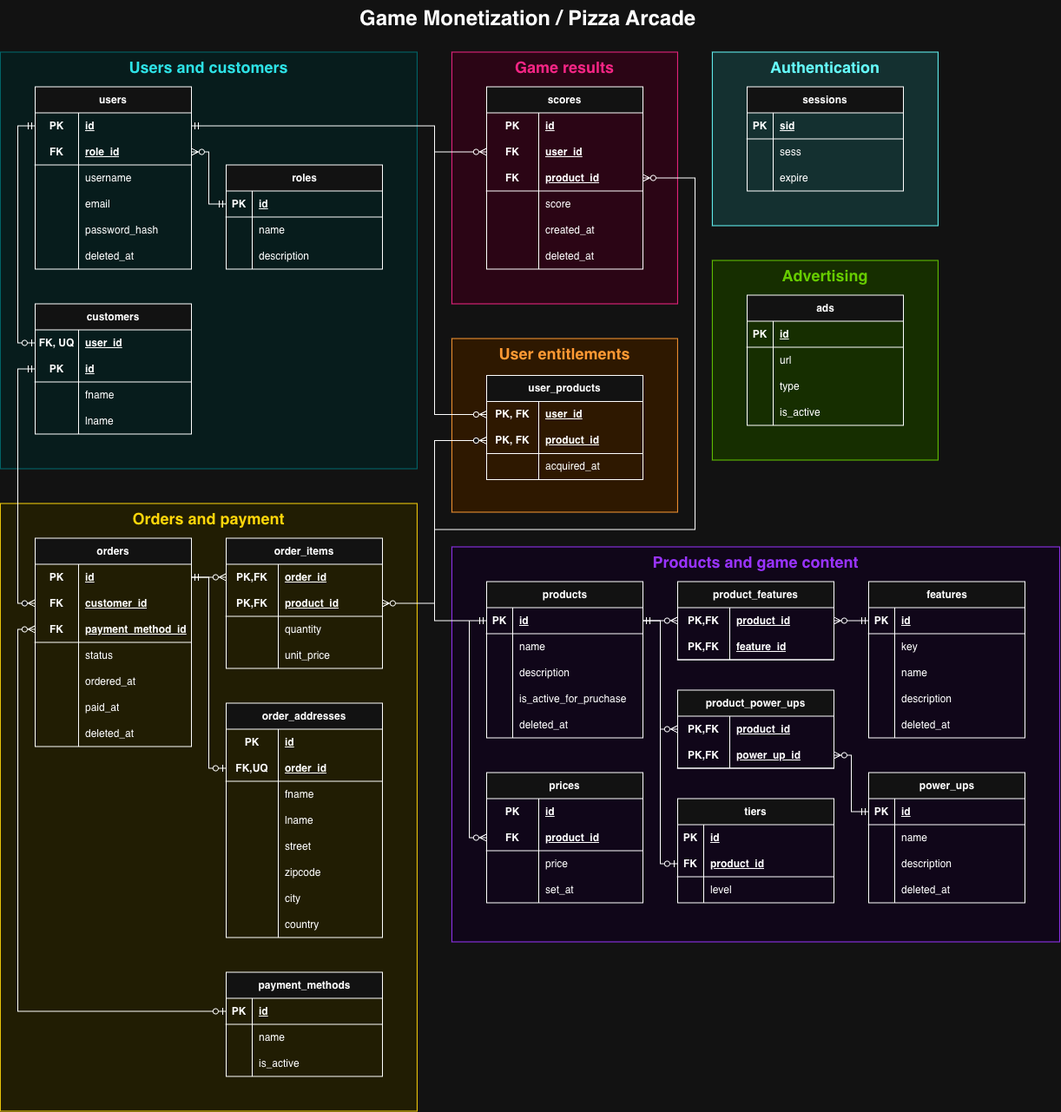
Earlier version of the draw.io export docs/er-diagram.png (niloscar/game-monetization). Source tidied: cells renumbered, new cells last; positions are measured from the earlier drawing's top-left corner, leaving out a move shared by most shapes.
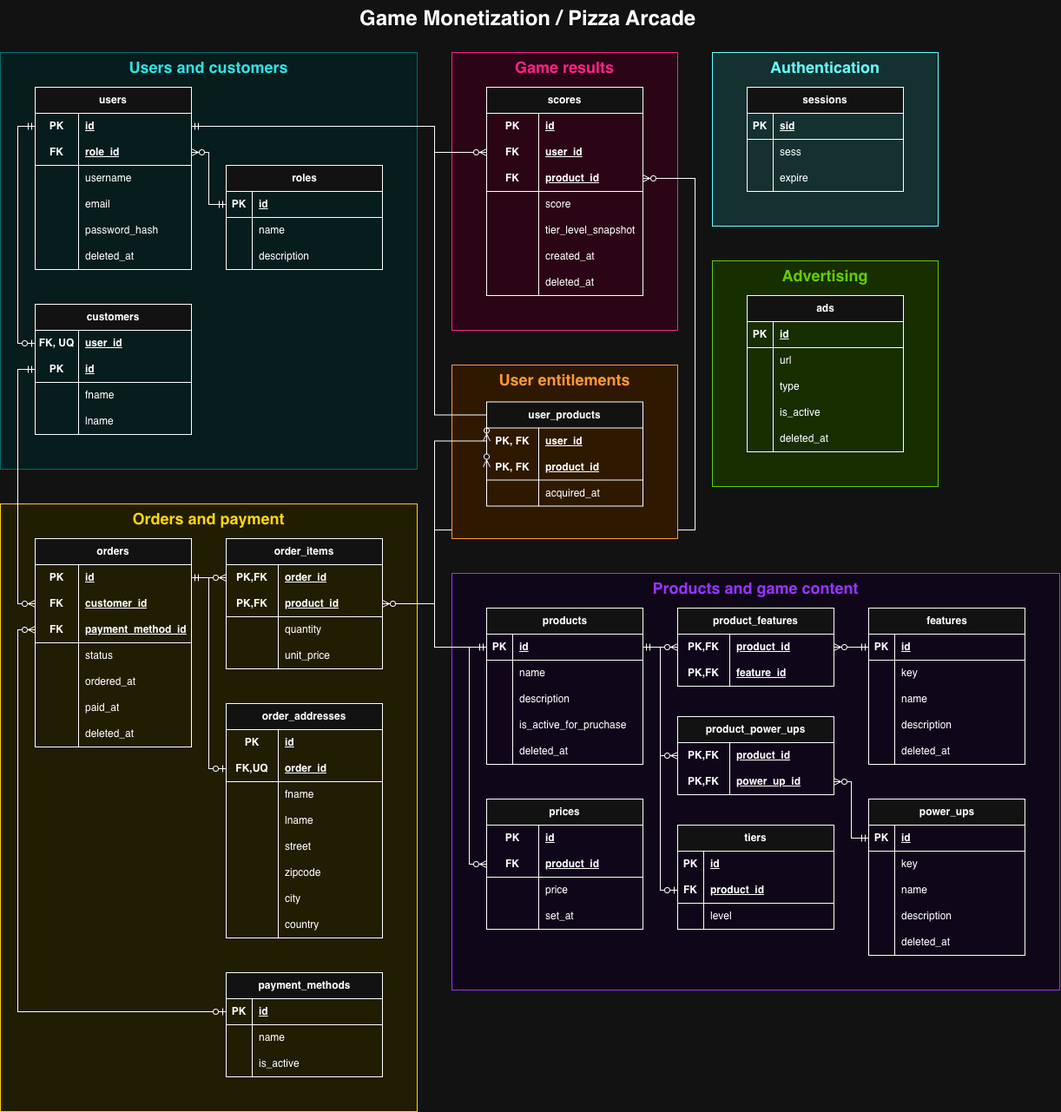
Above is the later version.

The edit, as a diff of the source:
```diff
@@ -3,7 +3,7 @@
     <mxCell id="0" />
     <mxCell id="1" parent="0" />
     <mxCell id="2" style="rounded=0;whiteSpace=wrap;html=1;fillColor=light-dark(#162E00,#162E00);strokeColor=light-dark(#66CC00,#66CC00);" parent="1" vertex="1">
-      <mxGeometry x="820" y="300" width="260" height="230" as="geometry" />
+      <mxGeometry x="820" y="300" width="260" height="260" as="geometry" />
     </mxCell>
     <mxCell id="3" value="&lt;h1 style=&quot;margin-top: 0px;&quot;&gt;Advertising&lt;/h1&gt;" style="text;html=1;whiteSpace=wrap;overflow=hidden;rounded=0;fontSize=9;align=center;fontColor=light-dark(#66CC00,#66CC00);labelBackgroundColor=none;" parent="1" vertex="1">
       <mxGeometry x="820" y="300" width="260" height="30" as="geometry" />
@@ -12,7 +12,7 @@
       <mxGeometry x="820" y="60" width="260" height="200" as="geometry" />
     </mxCell>
     <mxCell id="5" style="rounded=0;whiteSpace=wrap;html=1;strokeColor=light-dark(#9933FF,#9933FF);fillColor=light-dark(#100619,#100619);" parent="1" vertex="1">
-      <mxGeometry x="520" y="630" width="700" height="455" as="geometry" />
+      <mxGeometry x="520" y="660" width="700" height="480" as="geometry" />
     </mxCell>
     <mxCell id="6" style="rounded=0;whiteSpace=wrap;html=1;strokeColor=light-dark(#FFD60A,#FFD60A);fillColor=light-dark(#211D03,#211D03);" parent="1" vertex="1">
       <mxGeometry y="580" width="480" height="700" as="geometry" />
@@ -51,7 +51,7 @@
       <mxGeometry x="30" width="150" height="30" as="geometry" />
     </mxCell>
     <mxCell id="18" value="products" style="shape=table;startSize=30;rowLines=0;fontStyle=1;align=center;html=1;fontColor=light-dark(#FFFFFF,#FFFFFF);labelBackgroundColor=default;strokeColor=light-dark(#FFFFFF,#FFFFFF);" parent="1" vertex="1">
-      <mxGeometry x="560" y="670" width="180" height="180" as="geometry" />
+      <mxGeometry x="560" y="700" width="180" height="180" as="geometry" />
     </mxCell>
     <mxCell id="19" style="shape=tableRow;horizontal=0;startSize=0;swimlaneHead=0;swimlaneBody=0;fillColor=none;points=[[0,0.5],[1,0.5]];portConstraint=eastwest;top=0;left=0;right=0;bottom=1;" parent="18" vertex="1">
       <mxGeometry y="30" width="180" height="30" as="geometry" />
@@ -99,7 +99,7 @@
       <mxGeometry x="30" width="150" height="30" as="geometry" />
     </mxCell>
     <mxCell id="34" value="power_ups" style="shape=table;startSize=30;rowLines=0;fontStyle=1;align=center;html=1;fontColor=light-dark(#FFFFFF,#FFFFFF);labelBackgroundColor=none;strokeColor=light-dark(#FFFFFF,#FFFFFF);" parent="1" vertex="1">
-      <mxGeometry x="1000" y="890" width="180" height="150" as="geometry" />
+      <mxGeometry x="1000" y="920" width="180" height="180" as="geometry" />
     </mxCell>
     <mxCell id="35" style="shape=tableRow;horizontal=0;startSize=0;swimlaneHead=0;swimlaneBody=0;fillColor=none;points=[[0,0.5],[1,0.5]];portConstraint=eastwest;top=0;left=0;right=0;bottom=1;" parent="34" vertex="1">
       <mxGeometry y="30" width="180" height="30" as="geometry" />
@@ -110,8 +110,17 @@
     <mxCell id="37" value="id" style="shape=partialRectangle;fillColor=none;top=0;left=0;bottom=0;right=0;align=left;spacingLeft=6;fontStyle=5;overflow=hidden;whiteSpace=wrap;html=1;" parent="35" vertex="1">
       <mxGeometry x="30" width="150" height="30" as="geometry" />
     </mxCell>
+    <mxCell id="280" style="shape=tableRow;horizontal=0;startSize=0;swimlaneHead=0;swimlaneBody=0;fillColor=none;top=0;left=0;right=0;bottom=0;" parent="34" vertex="1">
+      <mxGeometry y="60" width="180" height="30" as="geometry" />
+    </mxCell>
+    <mxCell id="281" style="shape=partialRectangle;fillColor=none;top=0;left=0;bottom=0;right=0;overflow=hidden;whiteSpace=wrap;html=1;" parent="280" vertex="1">
+      <mxGeometry width="30" height="30" as="geometry" />
+    </mxCell>
+    <mxCell id="282" value="key" style="shape=partialRectangle;fillColor=none;top=0;left=0;bottom=0;right=0;align=left;spacingLeft=6;overflow=hidden;whiteSpace=wrap;html=1;" parent="280" vertex="1">
+      <mxGeometry x="30" width="150" height="30" as="geometry" />
+    </mxCell>
     <mxCell id="38" style="shape=tableRow;horizontal=0;startSize=0;swimlaneHead=0;swimlaneBody=0;fillColor=none;top=0;left=0;right=0;bottom=0;" parent="34" vertex="1">
-      <mxGeometry y="60" width="180" height="30" as="geometry" />
+      <mxGeometry y="90" width="180" height="30" as="geometry" />
     </mxCell>
     <mxCell id="39" style="shape=partialRectangle;fillColor=none;top=0;left=0;bottom=0;right=0;overflow=hidden;whiteSpace=wrap;html=1;" parent="38" vertex="1">
       <mxGeometry width="30" height="30" as="geometry" />
@@ -120,7 +129,7 @@
       <mxGeometry x="30" width="150" height="30" as="geometry" />
     </mxCell>
     <mxCell id="41" style="shape=tableRow;horizontal=0;startSize=0;swimlaneHead=0;swimlaneBody=0;fillColor=none;top=0;left=0;right=0;bottom=0;" parent="34" vertex="1">
-      <mxGeometry y="90" width="180" height="30" as="geometry" />
+      <mxGeometry y="120" width="180" height="30" as="geometry" />
     </mxCell>
     <mxCell id="42" style="shape=partialRectangle;fillColor=none;top=0;left=0;bottom=0;right=0;overflow=hidden;whiteSpace=wrap;html=1;" parent="41" vertex="1">
       <mxGeometry width="30" height="30" as="geometry" />
@@ -129,7 +138,7 @@
       <mxGeometry x="30" width="150" height="30" as="geometry" />
     </mxCell>
     <mxCell id="44" style="shape=tableRow;horizontal=0;startSize=0;swimlaneHead=0;swimlaneBody=0;fillColor=none;top=0;left=0;right=0;bottom=0;" parent="34" vertex="1">
-      <mxGeometry y="120" width="180" height="30" as="geometry" />
+      <mxGeometry y="150" width="180" height="30" as="geometry" />
     </mxCell>
     <mxCell id="45" style="shape=partialRectangle;fillColor=none;top=0;left=0;bottom=0;right=0;overflow=hidden;whiteSpace=wrap;html=1;" parent="44" vertex="1">
       <mxGeometry width="30" height="30" as="geometry" />
@@ -138,7 +147,7 @@
       <mxGeometry x="30" width="150" height="30" as="geometry" />
     </mxCell>
     <mxCell id="47" value="ads" style="shape=table;startSize=30;rowLines=0;fontStyle=1;align=center;html=1;fontColor=light-dark(#FFFFFF,#FFFFFF);labelBackgroundColor=default;strokeColor=light-dark(#FFFFFF,#FFFFFF);" parent="1" vertex="1">
-      <mxGeometry x="860" y="340" width="180" height="150" as="geometry" />
+      <mxGeometry x="860" y="340" width="180" height="180" as="geometry" />
     </mxCell>
     <mxCell id="48" style="shape=tableRow;horizontal=0;startSize=0;swimlaneHead=0;swimlaneBody=0;fillColor=none;top=0;left=0;right=0;bottom=1;" parent="47" vertex="1">
       <mxGeometry y="30" width="180" height="30" as="geometry" />
@@ -176,6 +185,15 @@
     <mxCell id="59" value="is_active" style="shape=partialRectangle;fillColor=none;top=0;left=0;bottom=0;right=0;align=left;spacingLeft=6;overflow=hidden;whiteSpace=wrap;html=1;" parent="57" vertex="1">
       <mxGeometry x="30" width="150" height="30" as="geometry" />
     </mxCell>
+    <mxCell id="283" style="shape=tableRow;horizontal=0;startSize=0;swimlaneHead=0;swimlaneBody=0;fillColor=none;top=0;left=0;right=0;bottom=0;" parent="47" vertex="1">
+      <mxGeometry y="150" width="180" height="30" as="geometry" />
+    </mxCell>
+    <mxCell id="284" style="shape=partialRectangle;fillColor=none;top=0;left=0;bottom=0;right=0;overflow=hidden;whiteSpace=wrap;html=1;" parent="283" vertex="1">
+      <mxGeometry width="30" height="30" as="geometry" />
+    </mxCell>
+    <mxCell id="285" value="deleted_at" style="shape=partialRectangle;fillColor=none;top=0;left=0;bottom=0;right=0;align=left;spacingLeft=6;overflow=hidden;whiteSpace=wrap;html=1;" parent="283" vertex="1">
+      <mxGeometry x="30" width="150" height="30" as="geometry" />
+    </mxCell>
     <mxCell id="60" value="payment_methods" style="shape=table;startSize=30;rowLines=0;fontStyle=1;align=center;html=1;fontColor=light-dark(#FFFFFF,#FFFFFF);labelBackgroundColor=default;strokeColor=light-dark(#FFFFFF,#FFFFFF);" parent="1" vertex="1">
       <mxGeometry x="260" y="1120" width="180" height="120" as="geometry" />
     </mxCell>
@@ -207,7 +225,7 @@
       <mxGeometry x="30" width="150" height="30" as="geometry" />
     </mxCell>
     <mxCell id="70" value="features" style="shape=table;startSize=30;rowLines=0;fontStyle=1;align=center;html=1;fontColor=light-dark(#FFFFFF,#FFFFFF);labelBackgroundColor=none;fillColor=default;strokeColor=light-dark(#FFFFFF,#FFFFFF);" parent="1" vertex="1">
-      <mxGeometry x="1000" y="670" width="180" height="180" as="geometry" />
+      <mxGeometry x="1000" y="700" width="180" height="180" as="geometry" />
     </mxCell>
     <mxCell id="71" style="shape=tableRow;horizontal=0;startSize=0;swimlaneHead=0;swimlaneBody=0;fillColor=none;points=[[0,0.5],[1,0.5]];portConstraint=eastwest;top=0;left=0;right=0;bottom=1;" parent="70" vertex="1">
       <mxGeometry y="30" width="180" height="30" as="geometry" />
@@ -255,7 +273,7 @@
       <mxGeometry x="30" width="150" height="30" as="geometry" />
     </mxCell>
     <mxCell id="86" value="product_features" style="shape=table;startSize=30;rowLines=0;fontStyle=1;align=center;html=1;whiteSpace=wrap;fontColor=light-dark(#FFFFFF,#FFFFFF);labelBackgroundColor=default;strokeColor=light-dark(#FFFFFF,#FFFFFF);" parent="1" vertex="1">
-      <mxGeometry x="780" y="670" width="180" height="90" as="geometry" />
+      <mxGeometry x="780" y="700" width="180" height="90" as="geometry" />
     </mxCell>
     <mxCell id="87" style="shape=tableRow;horizontal=0;startSize=0;swimlaneHead=0;swimlaneBody=0;fillColor=none;points=[[0,0.5],[1,0.5]];portConstraint=eastwest;top=0;left=0;right=0;bottom=0;html=1;" parent="86" vertex="1">
       <mxGeometry y="30" width="180" height="30" as="geometry" />
@@ -315,7 +333,7 @@
       <mxGeometry x="60" width="120" height="30" as="geometry" />
     </mxCell>
     <mxCell id="106" value="product_power_ups" style="shape=table;startSize=30;rowLines=0;fontStyle=1;align=center;html=1;whiteSpace=wrap;fontColor=light-dark(#FFFFFF,#FFFFFF);labelBackgroundColor=default;strokeColor=light-dark(#FFFFFF,#FFFFFF);" parent="1" vertex="1">
-      <mxGeometry x="780" y="795" width="180" height="90" as="geometry" />
+      <mxGeometry x="780" y="825" width="180" height="90" as="geometry" />
     </mxCell>
     <mxCell id="107" style="shape=tableRow;horizontal=0;startSize=0;swimlaneHead=0;swimlaneBody=0;fillColor=none;points=[[0,0.5],[1,0.5]];portConstraint=eastwest;top=0;left=0;right=0;bottom=0;html=1;" parent="106" vertex="1">
       <mxGeometry y="30" width="180" height="30" as="geometry" />
@@ -432,10 +450,10 @@
       <mxGeometry x="50" width="130" height="30" as="geometry" />
     </mxCell>
     <mxCell id="145" style="rounded=0;whiteSpace=wrap;html=1;fillColor=light-dark(#2B0515,#2B0515);strokeColor=light-dark(#F72585,#F72585);" parent="1" vertex="1">
-      <mxGeometry x="520" y="60" width="260" height="290" as="geometry" />
+      <mxGeometry x="520" y="60" width="260" height="320" as="geometry" />
     </mxCell>
     <mxCell id="146" value="scores" style="shape=table;startSize=30;rowLines=0;fontStyle=1;align=center;html=1;whiteSpace=wrap;fontColor=light-dark(#FFFFFF,#FFFFFF);labelBackgroundColor=default;strokeColor=light-dark(#FFFFFF,#FFFFFF);" parent="1" vertex="1">
-      <mxGeometry x="560" y="100" width="180" height="210" as="geometry" />
+      <mxGeometry x="560" y="100" width="180" height="240" as="geometry" />
     </mxCell>
     <mxCell id="147" style="shape=tableRow;horizontal=0;startSize=0;swimlaneHead=0;swimlaneBody=0;fillColor=none;top=0;left=0;right=0;bottom=0;html=1;" parent="146" vertex="1">
       <mxGeometry y="30" width="180" height="30" as="geometry" />
@@ -473,8 +491,17 @@
     <mxCell id="158" value="score" style="shape=partialRectangle;fillColor=none;top=0;left=0;bottom=0;right=0;align=left;spacingLeft=6;overflow=hidden;html=1;whiteSpace=wrap;" parent="156" vertex="1">
       <mxGeometry x="60" width="120" height="30" as="geometry" />
     </mxCell>
+    <mxCell id="286" style="shape=tableRow;horizontal=0;startSize=0;swimlaneHead=0;swimlaneBody=0;fillColor=none;top=0;left=0;right=0;bottom=0;html=1;" parent="146" vertex="1">
+      <mxGeometry y="150" width="180" height="30" as="geometry" />
+    </mxCell>
+    <mxCell id="287" style="shape=partialRectangle;fillColor=none;top=0;left=0;bottom=0;right=0;overflow=hidden;html=1;whiteSpace=wrap;" parent="286" vertex="1">
+      <mxGeometry width="60" height="30" as="geometry" />
+    </mxCell>
+    <mxCell id="288" value="tier_level_snapshot" style="shape=partialRectangle;fillColor=none;top=0;left=0;bottom=0;right=0;align=left;spacingLeft=6;overflow=hidden;html=1;whiteSpace=wrap;" parent="286" vertex="1">
+      <mxGeometry x="60" width="120" height="30" as="geometry" />
+    </mxCell>
     <mxCell id="159" style="shape=tableRow;horizontal=0;startSize=0;swimlaneHead=0;swimlaneBody=0;fillColor=none;top=0;left=0;right=0;bottom=0;html=1;" parent="146" vertex="1">
-      <mxGeometry y="150" width="180" height="30" as="geometry" />
+      <mxGeometry y="180" width="180" height="30" as="geometry" />
     </mxCell>
     <mxCell id="160" style="shape=partialRectangle;fillColor=none;top=0;left=0;bottom=0;right=0;overflow=hidden;html=1;whiteSpace=wrap;" parent="159" vertex="1">
       <mxGeometry width="60" height="30" as="geometry" />
@@ -483,7 +510,7 @@
       <mxGeometry x="60" width="120" height="30" as="geometry" />
     </mxCell>
     <mxCell id="162" style="shape=tableRow;horizontal=0;startSize=0;swimlaneHead=0;swimlaneBody=0;fillColor=none;top=0;left=0;right=0;bottom=0;html=1;" parent="146" vertex="1">
-      <mxGeometry y="180" width="180" height="30" as="geometry" />
+      <mxGeometry y="210" width="180" height="30" as="geometry" />
     </mxCell>
     <mxCell id="163" style="shape=partialRectangle;fillColor=none;top=0;left=0;bottom=0;right=0;overflow=hidden;html=1;whiteSpace=wrap;" parent="162" vertex="1">
       <mxGeometry width="60" height="30" as="geometry" />
@@ -498,7 +525,7 @@
       <mxGeometry x="520" y="60" width="260" height="30" as="geometry" />
     </mxCell>
     <mxCell id="167" value="&lt;h1 style=&quot;margin-top: 0px;&quot;&gt;Products and game content&lt;/h1&gt;" style="text;html=1;whiteSpace=wrap;overflow=hidden;rounded=0;fontSize=9;align=center;fontColor=light-dark(#9933FF,#9933FF);labelBackgroundColor=none;" parent="1" vertex="1">
-      <mxGeometry x="520" y="630" width="700" height="30" as="geometry" />
+      <mxGeometry x="520" y="660" width="700" height="30" as="geometry" />
     </mxCell>
     <mxCell id="168" value="&lt;h1 style=&quot;margin-top: 0px;&quot;&gt;Orders and payment&lt;/h1&gt;" style="text;html=1;whiteSpace=wrap;overflow=hidden;rounded=0;fontSize=9;align=center;fontColor=light-dark(#FFD60A,#FFD60A);labelBackgroundColor=none;" parent="1" vertex="1">
       <mxGeometry y="580" width="480" height="30" as="geometry" />
@@ -525,7 +552,7 @@
     <mxCell id="172" style="fontSize=12;html=1;endArrow=ERzeroToMany;rounded=0;edgeStyle=orthogonalEdgeStyle;elbow=vertical;startArrow=ERmandOne;startFill=0;exitX=0;exitY=0.5;exitDx=0;exitDy=0;entryX=1;entryY=0.5;entryDx=0;entryDy=0;endFill=0;strokeColor=light-dark(#FFFFFF,#FFFFFF);" parent="1" edge="1" source="19" target="153">
       <mxGeometry relative="1" as="geometry">
         <Array as="points">
-          <mxPoint x="500" y="715" />
+          <mxPoint x="500" y="745" />
           <mxPoint x="500" y="610" />
           <mxPoint x="800" y="610" />
           <mxPoint x="800" y="205" />
@@ -690,7 +717,7 @@
       <mxGeometry x="60" width="120" height="30" as="geometry" />
     </mxCell>
     <mxCell id="222" value="prices" style="shape=table;startSize=30;rowLines=0;fontStyle=1;align=center;html=1;whiteSpace=wrap;fontColor=light-dark(#FFFFFF,#FFFFFF);labelBackgroundColor=default;strokeColor=light-dark(#FFFFFF,#FFFFFF);" parent="1" vertex="1">
-      <mxGeometry x="560" y="890" width="180" height="150" as="geometry" />
+      <mxGeometry x="560" y="920" width="180" height="150" as="geometry" />
     </mxCell>
     <mxCell id="223" style="shape=tableRow;horizontal=0;startSize=0;swimlaneHead=0;swimlaneBody=0;fillColor=none;top=0;left=0;right=0;bottom=0;html=1;" parent="222" vertex="1">
       <mxGeometry y="30" width="180" height="30" as="geometry" />
@@ -794,13 +821,13 @@
       <mxGeometry x="820" y="60" width="260" height="30" as="geometry" />
     </mxCell>
     <mxCell id="255" style="rounded=0;whiteSpace=wrap;html=1;fillColor=light-dark(#2E1800,#2E1800);strokeColor=light-dark(#FF9933,#FF9933);" parent="1" vertex="1">
-      <mxGeometry x="520" y="390" width="260" height="200" as="geometry" />
+      <mxGeometry x="520" y="420" width="260" height="200" as="geometry" />
     </mxCell>
     <mxCell id="256" value="&lt;h1 style=&quot;margin-top: 0px;&quot;&gt;User entitlements&lt;/h1&gt;" style="text;html=1;whiteSpace=wrap;overflow=hidden;rounded=0;fontSize=9;align=center;fontColor=light-dark(#FF9933,#FF9933);labelBackgroundColor=none;" parent="1" vertex="1">
-      <mxGeometry x="520" y="390" width="260" height="30" as="geometry" />
+      <mxGeometry x="520" y="420" width="260" height="30" as="geometry" />
     </mxCell>
     <mxCell id="257" value="user_products" style="shape=table;startSize=30;rowLines=0;fontStyle=1;align=center;html=1;whiteSpace=wrap;fontColor=light-dark(#FFFFFF,#FFFFFF);labelBackgroundColor=default;strokeColor=light-dark(#FFFFFF,#FFFFFF);" parent="1" vertex="1">
-      <mxGeometry x="560" y="432.5" width="180" height="120" as="geometry" />
+      <mxGeometry x="560" y="462.5" width="180" height="120" as="geometry" />
     </mxCell>
     <mxCell id="258" style="shape=tableRow;horizontal=0;startSize=0;swimlaneHead=0;swimlaneBody=0;fillColor=none;points=[[0,0.5],[1,0.5]];portConstraint=eastwest;top=0;left=0;right=0;bottom=0;html=1;" parent="257" vertex="1">
       <mxGeometry y="30" width="180" height="30" as="geometry" />
@@ -830,7 +857,7 @@
       <mxGeometry x="60" width="120" height="30" as="geometry" />
     </mxCell>
     <mxCell id="267" value="tiers" style="shape=table;startSize=30;rowLines=0;fontStyle=1;align=center;html=1;whiteSpace=wrap;fontColor=light-dark(#FFFFFF,#FFFFFF);labelBackgroundColor=default;strokeColor=light-dark(#FFFFFF,#FFFFFF);" parent="1" vertex="1">
-      <mxGeometry x="780" y="920" width="180" height="120" as="geometry" />
+      <mxGeometry x="780" y="950" width="180" height="120" as="geometry" />
     </mxCell>
     <mxCell id="268" style="shape=tableRow;horizontal=0;startSize=0;swimlaneHead=0;swimlaneBody=0;fillColor=none;top=0;left=0;right=0;bottom=0;html=1;" parent="267" vertex="1">
       <mxGeometry y="30" width="180" height="30" as="geometry" />
@@ -873,8 +900,9 @@
     <mxCell id="279" style="edgeStyle=orthogonalEdgeStyle;fontSize=12;html=1;endArrow=ERzeroToMany;endFill=1;rounded=0;entryX=0;entryY=0.5;entryDx=0;entryDy=0;exitX=0;exitY=0.5;exitDx=0;exitDy=0;" parent="1" edge="1" source="19" target="261">
       <mxGeometry relative="1" as="geometry">
         <Array as="points">
-          <mxPoint x="500" y="715" />
+          <mxPoint x="500" y="745" />
           <mxPoint x="500" y="507.5" />
+          <mxPoint x="560" y="507.5" />
         </Array>
       </mxGeometry>
     </mxCell>
```
